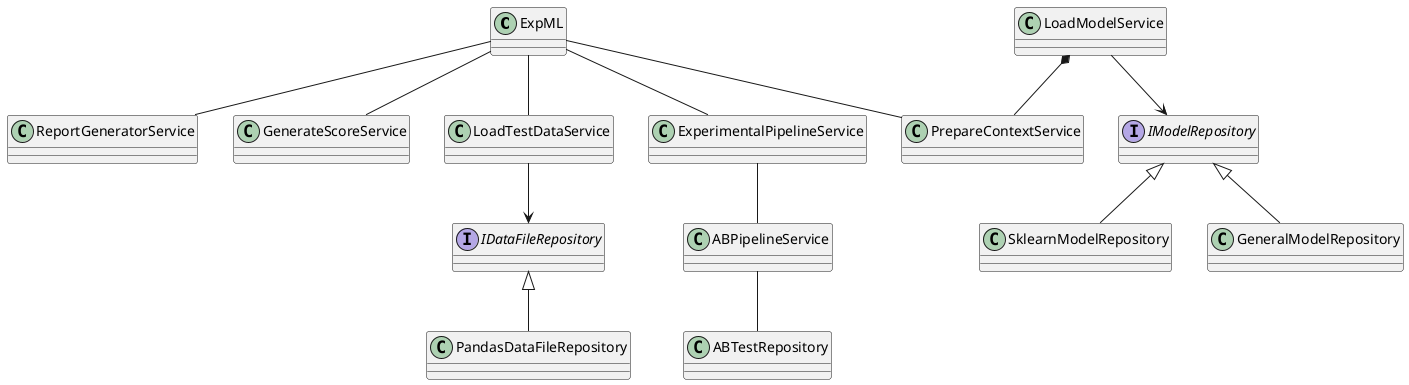
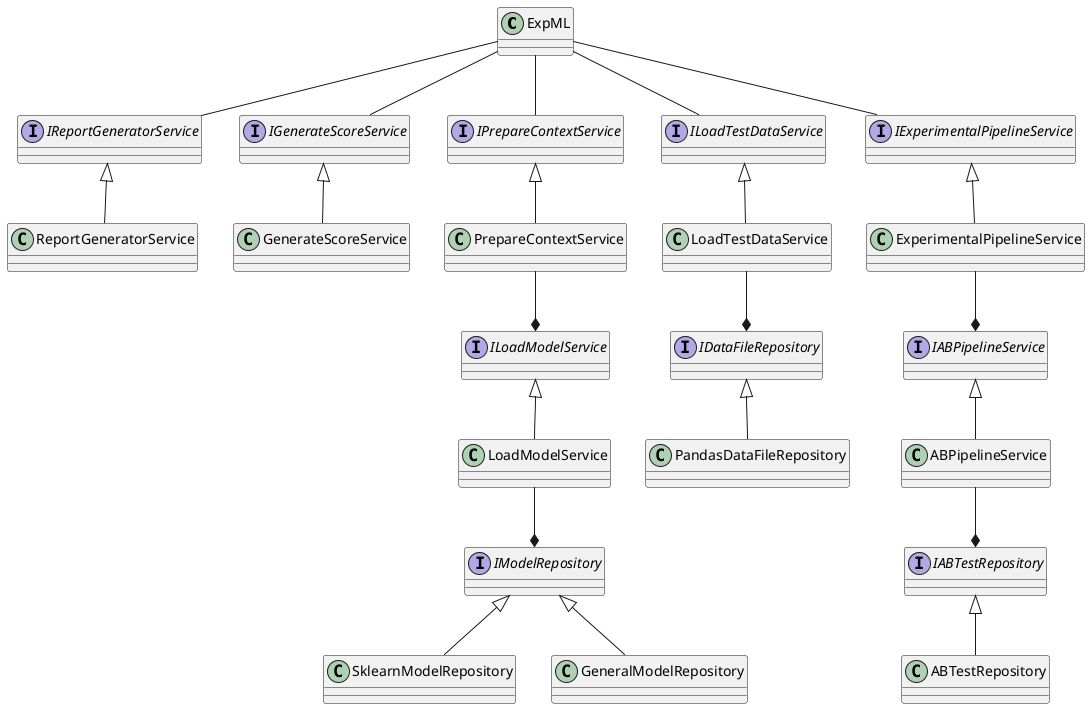
@startuml
class ExpML

+ interface IReportGeneratorService
+ 
class ReportGeneratorService
+ 
+ interface IGenerateScoreService

class GenerateScoreService

+ interface IPrepareContextService
+ 
class PrepareContextService
+ 
+ interface ILoadTestDataService

class LoadTestDataService

+ interface ILoadModelService
+ 
class LoadModelService
+ 
+ interface IExperimentalPipelineService

class ExperimentalPipelineService

+ interface IABPipelineService
+ 
class ABPipelineService
+ 
+ interface IABTestRepository

class ABTestRepository

interface IDataFileRepository

class PandasDataFileRepository

interface IModelRepository

class SklearnModelRepository

- ExpML -- GenerateScoreService
- ExpML -- PrepareContextService
- ExpML -- LoadTestDataService
- ExpML -- ExperimentalPipelineService
- ExpML -- ReportGeneratorService
- 
- ExperimentalPipelineService -- ABPipelineService
- ABPipelineService -- ABTestRepository
- 
+ IExperimentalPipelineService <|-- ExperimentalPipelineService
+ IABPipelineService <|-- ABPipelineService
+ ILoadModelService <|-- LoadModelService
+ ILoadTestDataService <|-- LoadTestDataService
+ IReportGeneratorService <|-- ReportGeneratorService
+ IPrepareContextService <|-- PrepareContextService
+ IGenerateScoreService <|-- GenerateScoreService
IDataFileRepository <|-- PandasDataFileRepository
- LoadTestDataService --> IDataFileRepository
- 
+ IABTestRepository <|-- ABTestRepository
IModelRepository <|-- SklearnModelRepository
IModelRepository <|-- GeneralModelRepository

- LoadModelService --> IModelRepository
+ LoadModelService --* IModelRepository
+ PrepareContextService --* ILoadModelService
+ LoadTestDataService --* IDataFileRepository
+ ABPipelineService --* IABTestRepository
+ ExperimentalPipelineService --* IABPipelineService

- LoadModelService *-- PrepareContextService
+ ExpML -- IGenerateScoreService
+ ExpML -- IPrepareContextService
+ ExpML -- ILoadTestDataService
+ ExpML -- IExperimentalPipelineService
+ ExpML -- IReportGeneratorService
+ 
@enduml